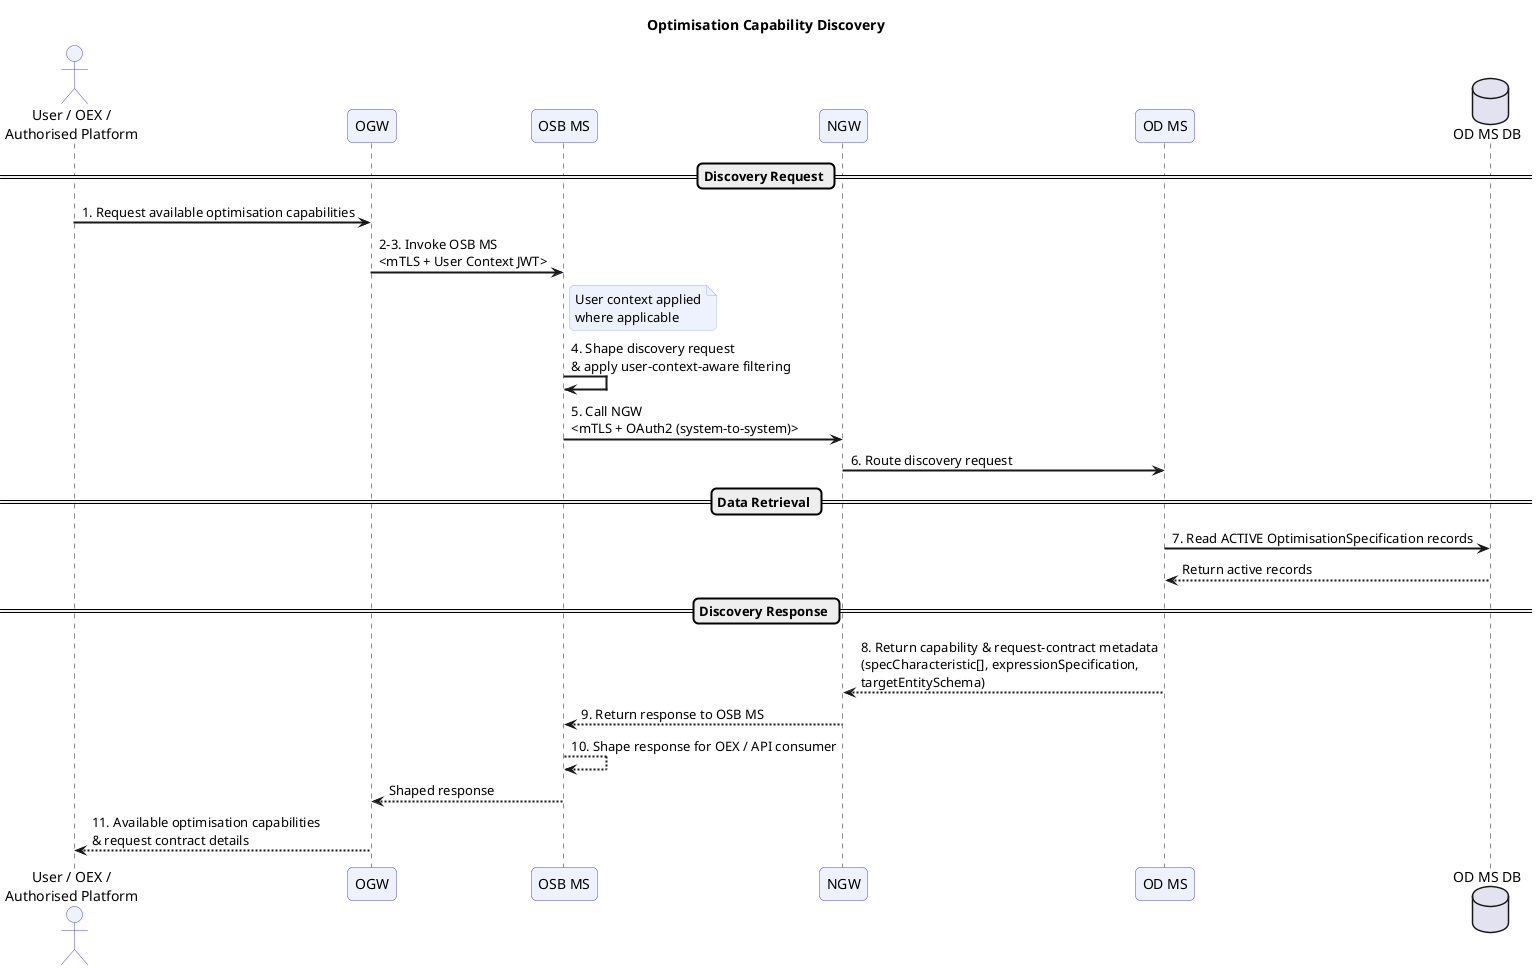
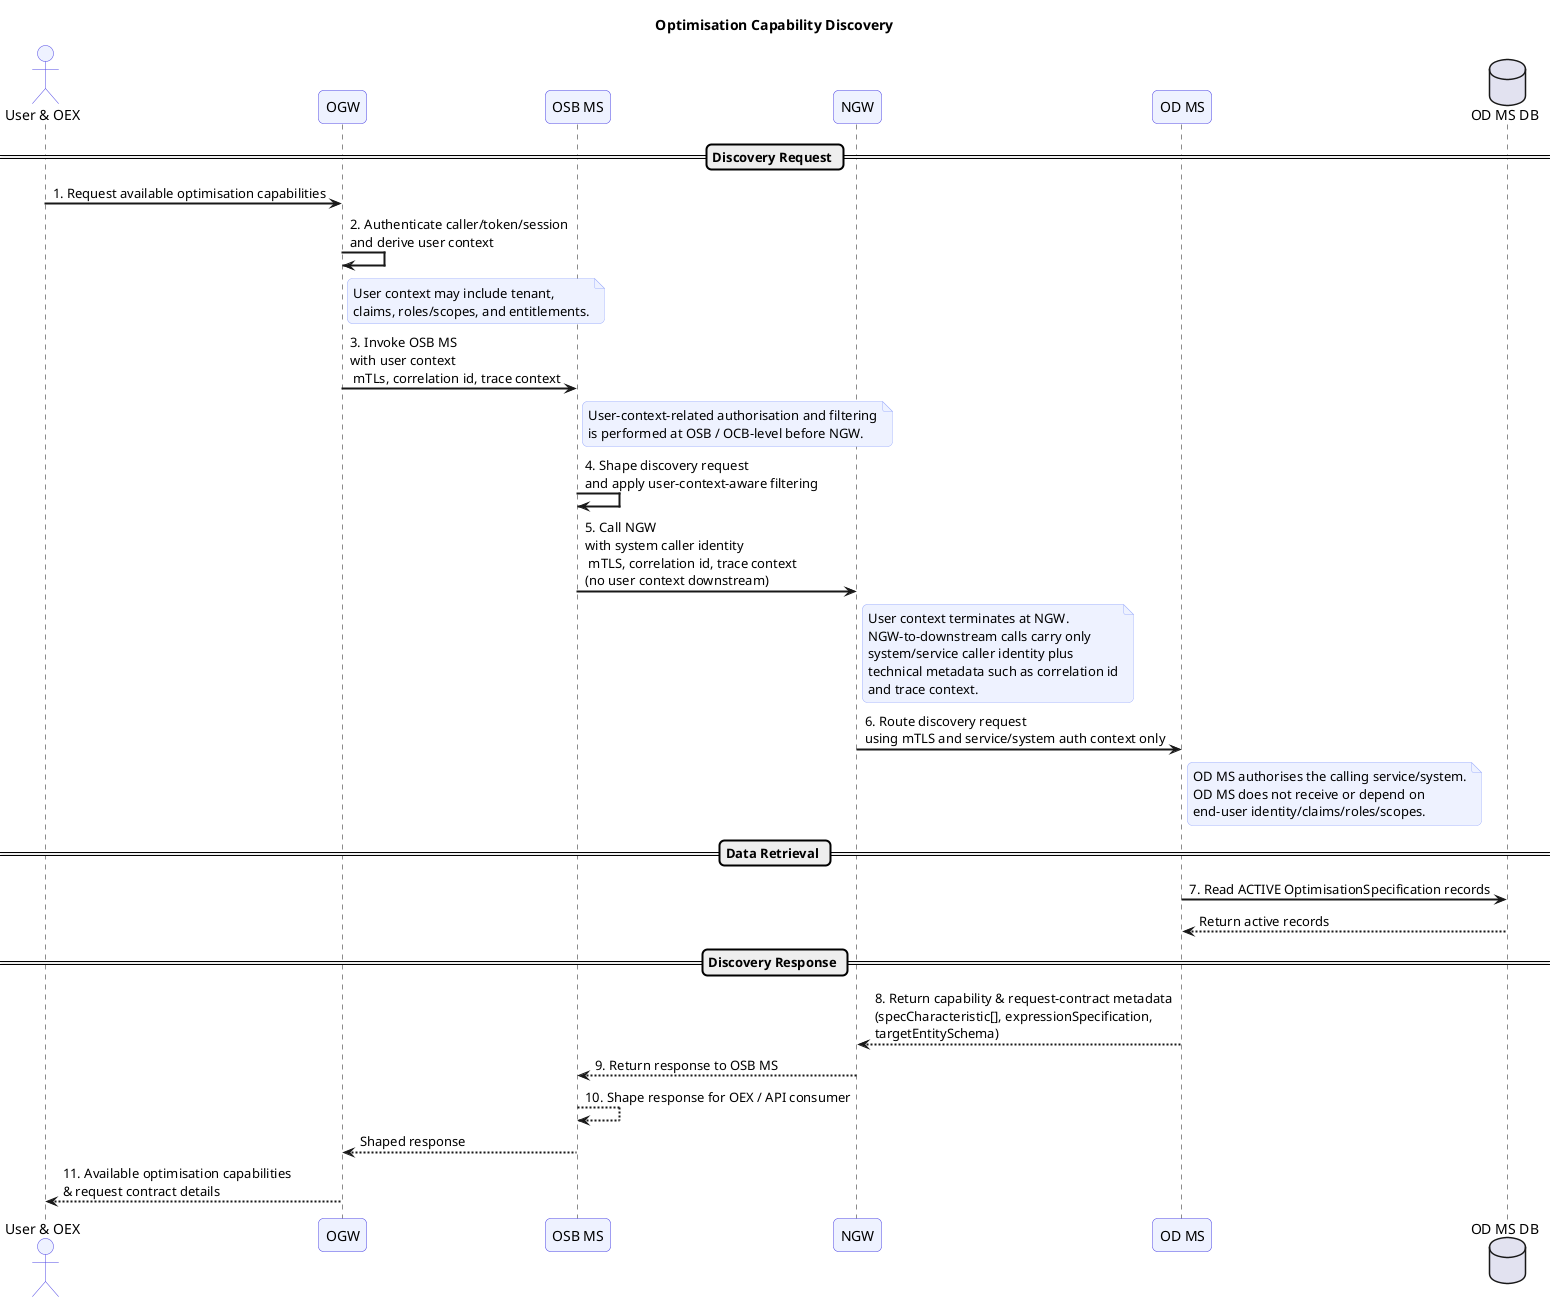
@startuml
title Optimisation Capability Discovery

skinparam sequenceArrowThickness 2
skinparam roundcorner 10
skinparam sequenceParticipantBackgroundColor #EEF2FF
skinparam sequenceParticipantBorderColor #4F46E5
skinparam sequenceActorBackgroundColor #EEF2FF
skinparam sequenceActorBorderColor #4F46E5
skinparam noteBorderColor #A5B4FC
skinparam noteBackgroundColor #EEF2FF

- actor "User / OEX /\nAuthorised Platform" as Caller
+ actor "User & OEX" as Caller
participant "OGW" as OGW
participant "OSB MS" as OSB
participant "NGW" as NGW
participant "OD MS" as ODMS
database "OD MS DB" as ODDB

== Discovery Request ==
+ Caller -> OGW : 1. Request available optimisation capabilities
+ OGW -> OGW : 2. Authenticate caller/token/session\nand derive user context
+ note right of OGW
+ User context may include tenant,
+ claims, roles/scopes, and entitlements.
+ end note

- Caller -> OGW : 1. Request available optimisation capabilities
- OGW -> OSB : 2-3. Invoke OSB MS\n<mTLS + User Context JWT>
- note right of OSB : User context applied\nwhere applicable
- OSB -> OSB : 4. Shape discovery request\n& apply user-context-aware filtering
- OSB -> NGW : 5. Call NGW\n<mTLS + OAuth2 (system-to-system)>
- NGW -> ODMS : 6. Route discovery request
+ OGW -> OSB : 3. Invoke OSB MS\nwith user context\n mTLs, correlation id, trace context
+ note right of OSB
+ User-context-related authorisation and filtering
+ is performed at OSB / OCB-level before NGW.
+ end note
+ 
+ OSB -> OSB : 4. Shape discovery request\nand apply user-context-aware filtering
+ 
+ OSB -> NGW : 5. Call NGW\nwith system caller identity\n mTLS, correlation id, trace context\n(no user context downstream)
+ note right of NGW
+ User context terminates at NGW.
+ NGW-to-downstream calls carry only
+ system/service caller identity plus
+ technical metadata such as correlation id
+ and trace context.
+ end note
+ 
+ NGW -> ODMS : 6. Route discovery request\nusing mTLS and service/system auth context only
+ note right of ODMS
+ OD MS authorises the calling service/system.
+ OD MS does not receive or depend on
+ end-user identity/claims/roles/scopes.
+ end note

== Data Retrieval ==
- 
ODMS -> ODDB : 7. Read ACTIVE OptimisationSpecification records
ODDB --> ODMS : Return active records

== Discovery Response ==
- 
ODMS --> NGW : 8. Return capability & request-contract metadata\n(specCharacteristic[], expressionSpecification,\ntargetEntitySchema)
NGW --> OSB : 9. Return response to OSB MS
OSB --> OSB : 10. Shape response for OEX / API consumer
OSB --> OGW : Shaped response
OGW --> Caller : 11. Available optimisation capabilities\n& request contract details

@enduml
